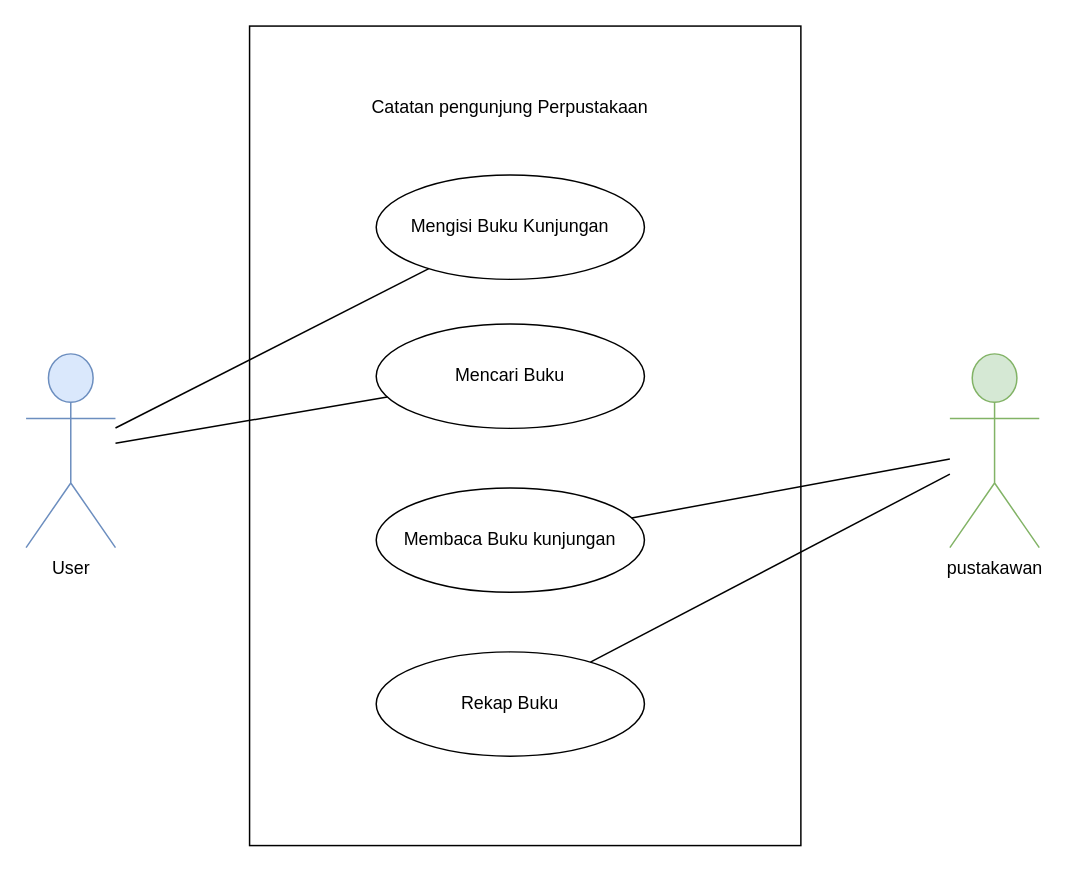
Before: Alur-Perpus-Digital.drawio in titapuspitas/perpus_digital, a draw.io diagram. Source tidied: cells renumbered, new cells numbered last; positions are measured from the earlier drawing's top-left corner, leaving out a move shared by most shapes. Both pictures are drawn from the tidied source at 149%, with x=0, y=0 at pixel (25, 25).
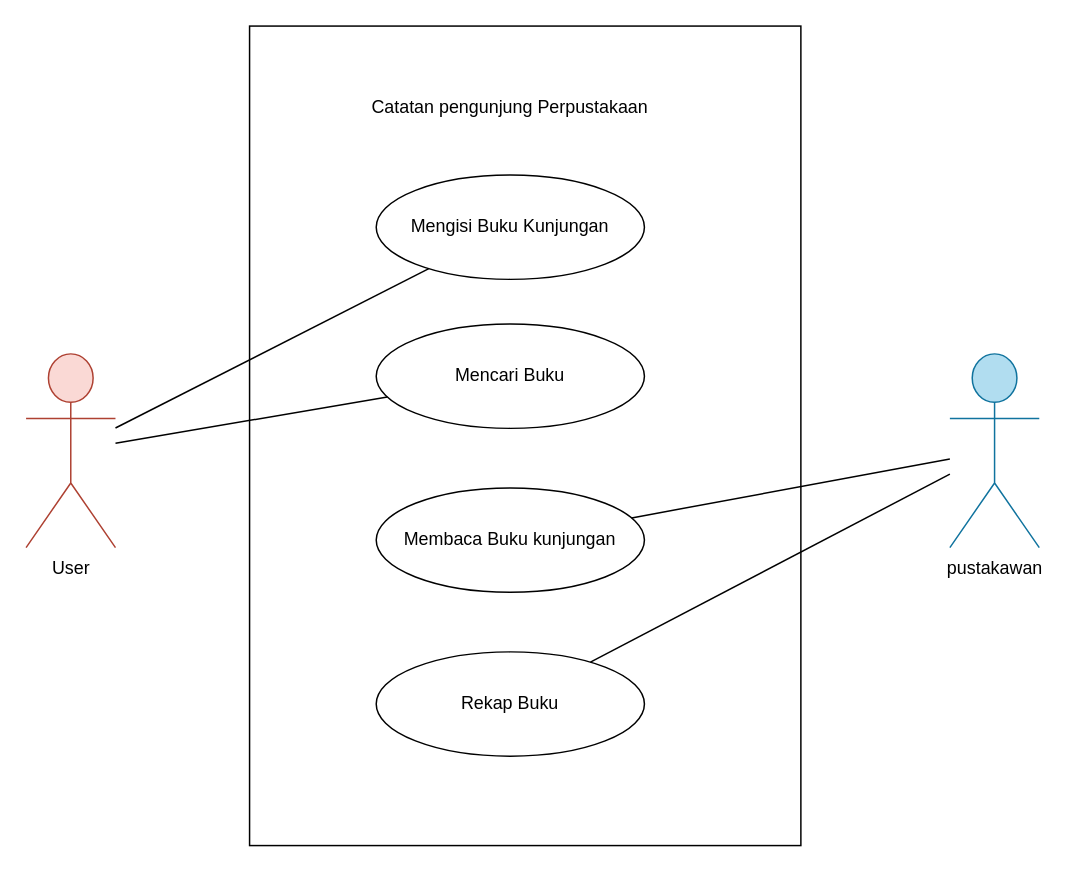
The same page after the edit.

Change to the diagram source:
```diff
@@
 <mxGraphModel>
   <root>
     <mxCell id="0" />
     <mxCell id="1" parent="0" />
     <mxCell id="2" style="rounded=0;whiteSpace=wrap;html=1;" parent="1" vertex="1">
       <mxGeometry x="150" width="370" height="550" as="geometry" />
     </mxCell>
     <mxCell id="3" value="Catatan pengunjung Perpustakaan" style="text;html=1;strokeColor=none;fillColor=none;align=center;verticalAlign=middle;whiteSpace=wrap;rounded=0;" parent="1" vertex="1">
       <mxGeometry x="220" y="40" width="210" height="30" as="geometry" />
     </mxCell>
     <mxCell id="4" value="Mengisi Buku Kunjungan" style="ellipse;whiteSpace=wrap;html=1;" parent="1" vertex="1">
       <mxGeometry x="235" y="100" width="180" height="70" as="geometry" />
     </mxCell>
     <mxCell id="5" value="Mencari Buku" style="ellipse;whiteSpace=wrap;html=1;" parent="1" vertex="1">
       <mxGeometry x="235" y="200" width="180" height="70" as="geometry" />
     </mxCell>
     <mxCell id="6" value="Membaca Buku kunjungan" style="ellipse;whiteSpace=wrap;html=1;" parent="1" vertex="1">
       <mxGeometry x="235" y="310" width="180" height="70" as="geometry" />
     </mxCell>
     <mxCell id="7" value="Rekap Buku" style="ellipse;whiteSpace=wrap;html=1;" parent="1" vertex="1">
       <mxGeometry x="235" y="420" width="180" height="70" as="geometry" />
     </mxCell>
-    <mxCell id="8" value="pustakawan" style="shape=umlActor;verticalLabelPosition=bottom;verticalAlign=top;html=1;outlineConnect=0;fillColor=#d5e8d4;strokeColor=#82b366;" parent="1" vertex="1">
+    <mxCell id="8" value="pustakawan" style="shape=umlActor;verticalLabelPosition=bottom;verticalAlign=top;html=1;outlineConnect=0;fillColor=#b1ddf0;strokeColor=#10739e;" parent="1" vertex="1">
       <mxGeometry x="620" y="220" width="60" height="130" as="geometry" />
     </mxCell>
-    <mxCell id="9" value="User" style="shape=umlActor;verticalLabelPosition=bottom;verticalAlign=top;html=1;outlineConnect=0;fillColor=#dae8fc;strokeColor=#6c8ebf;" parent="1" vertex="1">
+    <mxCell id="9" value="User" style="shape=umlActor;verticalLabelPosition=bottom;verticalAlign=top;html=1;outlineConnect=0;fillColor=#fad9d5;strokeColor=#ae4132;" parent="1" vertex="1">
       <mxGeometry y="220" width="60" height="130" as="geometry" />
     </mxCell>
     <mxCell id="10" style="endArrow=none;html=1;rounded=0;" parent="1" edge="1" source="9" target="4">
       <mxGeometry relative="1" as="geometry" />
     </mxCell>
     <mxCell id="11" style="endArrow=none;html=1;rounded=0;" parent="1" edge="1" source="9" target="5">
       <mxGeometry relative="1" as="geometry" />
     </mxCell>
     <mxCell id="12" style="endArrow=none;html=1;rounded=0;" parent="1" edge="1" source="6" target="8">
       <mxGeometry relative="1" as="geometry" />
     </mxCell>
     <mxCell id="13" style="endArrow=none;html=1;rounded=0;" parent="1" edge="1" source="7" target="8">
       <mxGeometry relative="1" as="geometry" />
     </mxCell>
   </root>
 </mxGraphModel>
```
